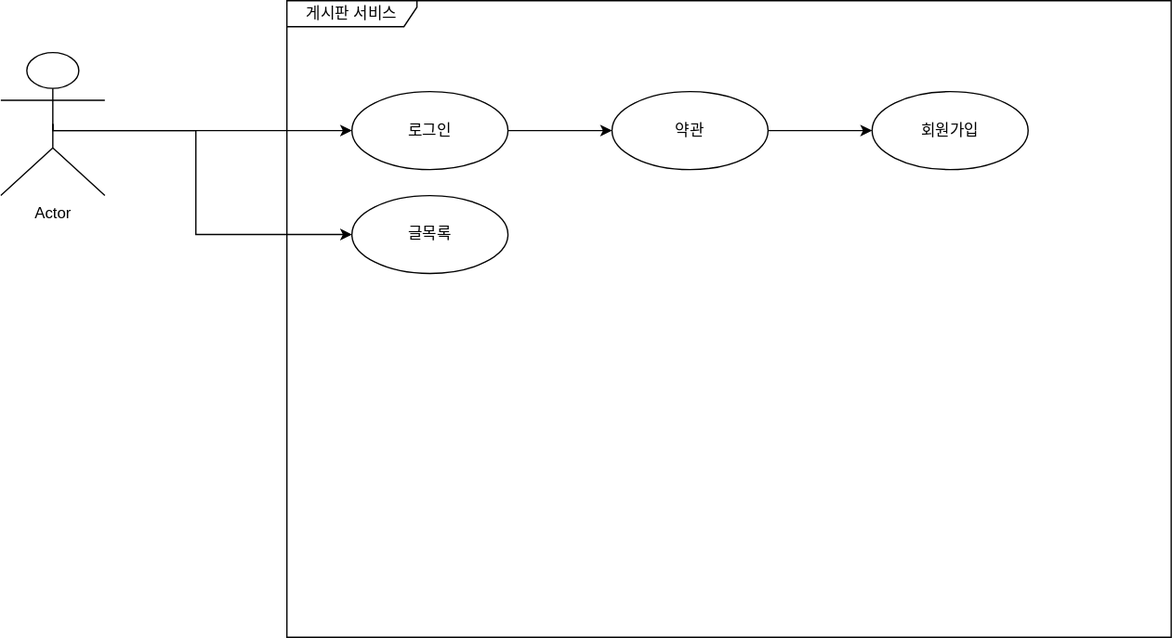
Above: JBoard1/게시판 서비스.drawio.svg in SBUX1992/JSP (draw.io), before the change. Source tidied: cells renumbered, new cells last; positions are measured from the earlier drawing's top-left corner, leaving out a move shared by most shapes.
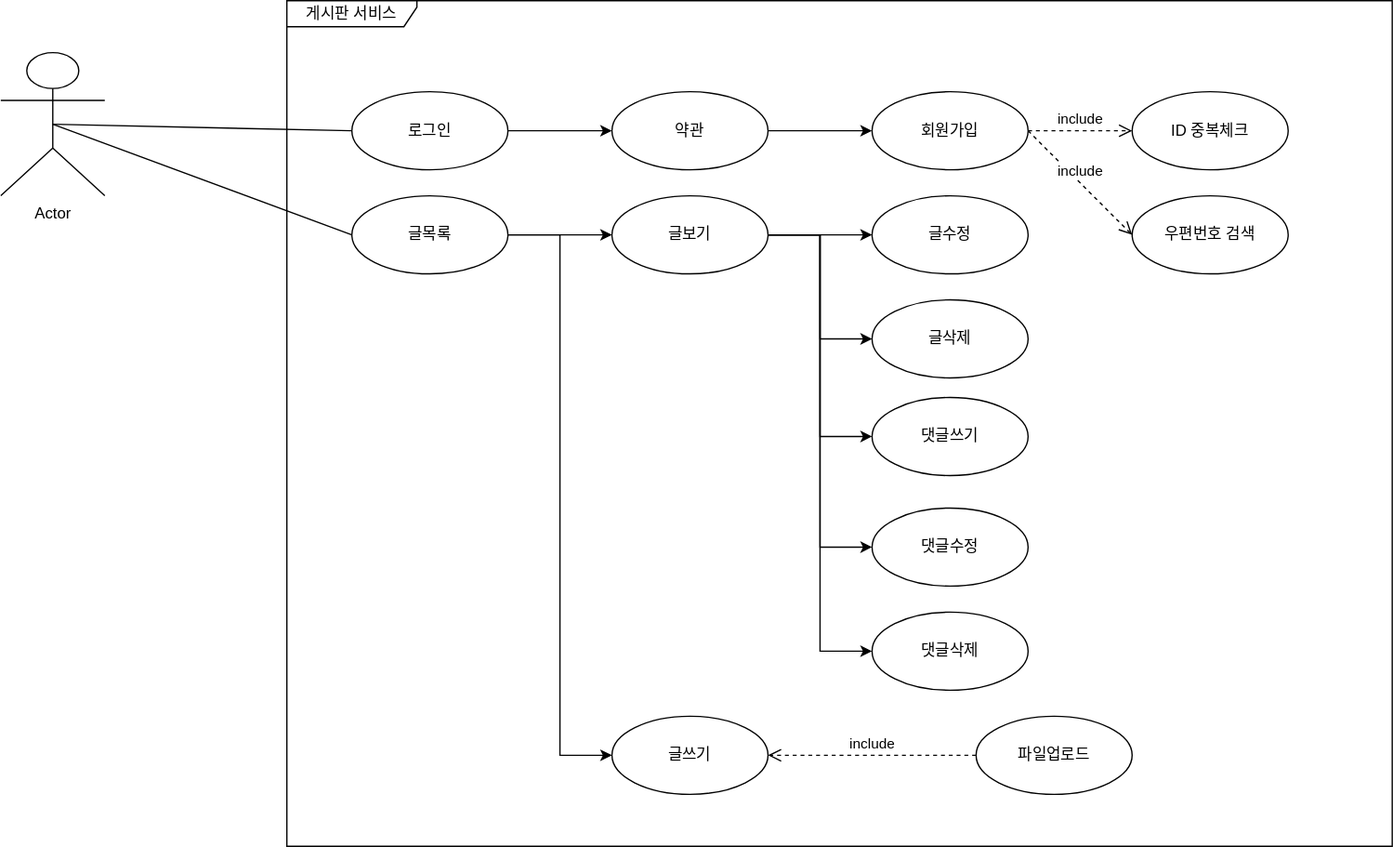
Later version of the same file.

Commit message:
게시판 서비스.drawio.svg 업데이트

Change to the diagram source:
```diff
@@ -2,28 +2,11 @@
   <root>
     <mxCell id="0" />
     <mxCell id="1" parent="0" />
-    <mxCell id="2" style="edgeStyle=orthogonalEdgeStyle;rounded=0;jettySize=auto;html=1;exitX=0.5;exitY=0.5;exitDx=0;exitDy=0;exitPerimeter=0;entryX=0;entryY=0.5;entryDx=0;entryDy=0;" parent="1" edge="1" source="4" target="7">
-      <mxGeometry relative="1" as="geometry">
-        <Array as="points">
-          <mxPoint x="230" y="100" />
-          <mxPoint x="230" y="100" />
-        </Array>
-      </mxGeometry>
-    </mxCell>
-    <mxCell id="3" style="edgeStyle=orthogonalEdgeStyle;rounded=0;jettySize=auto;html=1;exitX=0.5;exitY=0.5;exitDx=0;exitDy=0;exitPerimeter=0;entryX=0;entryY=0.5;entryDx=0;entryDy=0;" parent="1" edge="1" source="4" target="8">
-      <mxGeometry relative="1" as="geometry">
-        <Array as="points">
-          <mxPoint x="40" y="100" />
-          <mxPoint x="150" y="100" />
-          <mxPoint x="150" y="180" />
-        </Array>
-      </mxGeometry>
-    </mxCell>
     <mxCell id="4" value="Actor" style="shape=umlActor;verticalLabelPosition=bottom;verticalAlign=top;html=1;outlineConnect=0;" parent="1" vertex="1">
       <mxGeometry y="40" width="80" height="110" as="geometry" />
     </mxCell>
     <mxCell id="5" value="게시판 서비스&lt;br&gt;" style="shape=umlFrame;whiteSpace=wrap;html=1;width=100;height=20;" parent="1" vertex="1">
-      <mxGeometry x="220" width="680" height="490" as="geometry" />
+      <mxGeometry x="220" width="850" height="650" as="geometry" />
     </mxCell>
     <mxCell id="6" style="edgeStyle=orthogonalEdgeStyle;rounded=0;jettySize=auto;html=1;exitX=1;exitY=0.5;exitDx=0;exitDy=0;entryX=0;entryY=0.5;entryDx=0;entryDy=0;" parent="1" edge="1" source="7" target="10">
       <mxGeometry relative="1" as="geometry" />
@@ -31,6 +14,9 @@
     <mxCell id="7" value="로그인" style="ellipse;whiteSpace=wrap;html=1;" parent="1" vertex="1">
       <mxGeometry x="270" y="70" width="120" height="60" as="geometry" />
     </mxCell>
+    <mxCell id="12" style="edgeStyle=orthogonalEdgeStyle;rounded=0;jettySize=auto;html=1;exitX=1;exitY=0.5;exitDx=0;exitDy=0;entryX=0;entryY=0.5;entryDx=0;entryDy=0;" parent="1" edge="1" source="8" target="26">
+      <mxGeometry relative="1" as="geometry" />
+    </mxCell>
     <mxCell id="8" value="글목록" style="ellipse;whiteSpace=wrap;html=1;" parent="1" vertex="1">
       <mxGeometry x="270" y="150" width="120" height="60" as="geometry" />
     </mxCell>
@@ -43,5 +29,68 @@
     <mxCell id="11" value="회원가입" style="ellipse;whiteSpace=wrap;html=1;" parent="1" vertex="1">
       <mxGeometry x="670" y="70" width="120" height="60" as="geometry" />
     </mxCell>
+    <mxCell id="13" value="ID 중복체크" style="ellipse;whiteSpace=wrap;html=1;" parent="1" vertex="1">
+      <mxGeometry x="870" y="70" width="120" height="60" as="geometry" />
+    </mxCell>
+    <mxCell id="3" style="endArrow=none;html=1;rounded=0;exitX=0.5;exitY=0.5;exitDx=0;exitDy=0;exitPerimeter=0;entryX=0;entryY=0.5;entryDx=0;entryDy=0;" parent="1" edge="1" source="4" target="8">
+      <mxGeometry relative="1" as="geometry" />
+    </mxCell>
+    <mxCell id="2" style="endArrow=none;html=1;rounded=0;exitX=0.5;exitY=0.5;exitDx=0;exitDy=0;exitPerimeter=0;entryX=0;entryY=0.5;entryDx=0;entryDy=0;" parent="1" edge="1" source="4" target="7">
+      <mxGeometry relative="1" as="geometry" />
+    </mxCell>
+    <mxCell id="14" value="우편번호 검색" style="ellipse;whiteSpace=wrap;html=1;" parent="1" vertex="1">
+      <mxGeometry x="870" y="150" width="120" height="60" as="geometry" />
+    </mxCell>
+    <mxCell id="15" style="edgeStyle=orthogonalEdgeStyle;rounded=0;jettySize=auto;html=1;exitX=1;exitY=0.5;exitDx=0;exitDy=0;entryX=0;entryY=0.5;entryDx=0;entryDy=0;" parent="1" edge="1" source="19" target="21">
+      <mxGeometry relative="1" as="geometry" />
+    </mxCell>
+    <mxCell id="16" style="edgeStyle=orthogonalEdgeStyle;rounded=0;jettySize=auto;html=1;exitX=1;exitY=0.5;exitDx=0;exitDy=0;entryX=0;entryY=0.5;entryDx=0;entryDy=0;" parent="1" edge="1" source="19" target="22">
+      <mxGeometry relative="1" as="geometry" />
+    </mxCell>
+    <mxCell id="17" style="edgeStyle=orthogonalEdgeStyle;rounded=0;jettySize=auto;html=1;exitX=1;exitY=0.5;exitDx=0;exitDy=0;entryX=0;entryY=0.5;entryDx=0;entryDy=0;" parent="1" edge="1" source="19" target="23">
+      <mxGeometry relative="1" as="geometry" />
+    </mxCell>
+    <mxCell id="18" style="edgeStyle=orthogonalEdgeStyle;rounded=0;jettySize=auto;html=1;exitX=1;exitY=0.5;exitDx=0;exitDy=0;entryX=0;entryY=0.5;entryDx=0;entryDy=0;" parent="1" edge="1" source="19" target="24">
+      <mxGeometry relative="1" as="geometry" />
+    </mxCell>
+    <mxCell id="19" value="글보기" style="ellipse;whiteSpace=wrap;html=1;" parent="1" vertex="1">
+      <mxGeometry x="470" y="150" width="120" height="60" as="geometry" />
+    </mxCell>
+    <mxCell id="20" value="글수정" style="ellipse;whiteSpace=wrap;html=1;" parent="1" vertex="1">
+      <mxGeometry x="670" y="150" width="120" height="60" as="geometry" />
+    </mxCell>
+    <mxCell id="21" value="글삭제" style="ellipse;whiteSpace=wrap;html=1;" parent="1" vertex="1">
+      <mxGeometry x="670" y="230" width="120" height="60" as="geometry" />
+    </mxCell>
+    <mxCell id="22" value="댓글쓰기" style="ellipse;whiteSpace=wrap;html=1;" parent="1" vertex="1">
+      <mxGeometry x="670" y="305" width="120" height="60" as="geometry" />
+    </mxCell>
+    <mxCell id="23" value="댓글수정" style="ellipse;whiteSpace=wrap;html=1;" parent="1" vertex="1">
+      <mxGeometry x="670" y="390" width="120" height="60" as="geometry" />
+    </mxCell>
+    <mxCell id="24" value="댓글삭제" style="ellipse;whiteSpace=wrap;html=1;" parent="1" vertex="1">
+      <mxGeometry x="670" y="470" width="120" height="60" as="geometry" />
+    </mxCell>
+    <mxCell id="25" value="파일업로드" style="ellipse;whiteSpace=wrap;html=1;" parent="1" vertex="1">
+      <mxGeometry x="750" y="550" width="120" height="60" as="geometry" />
+    </mxCell>
+    <mxCell id="26" value="글쓰기" style="ellipse;whiteSpace=wrap;html=1;" parent="1" vertex="1">
+      <mxGeometry x="470" y="550" width="120" height="60" as="geometry" />
+    </mxCell>
+    <mxCell id="27" style="endArrow=classic;html=1;rounded=0;exitX=1;exitY=0.5;exitDx=0;exitDy=0;entryX=0;entryY=0.5;entryDx=0;entryDy=0;" parent="1" edge="1" source="8" target="19">
+      <mxGeometry relative="1" as="geometry" />
+    </mxCell>
+    <mxCell id="28" style="endArrow=classic;html=1;rounded=0;exitX=1;exitY=0.5;exitDx=0;exitDy=0;entryX=0;entryY=0.5;entryDx=0;entryDy=0;" parent="1" edge="1" source="19" target="20">
+      <mxGeometry relative="1" as="geometry" />
+    </mxCell>
+    <mxCell id="29" value="include" style="html=1;verticalAlign=bottom;endArrow=open;dashed=1;endSize=8;rounded=0;entryX=0;entryY=0.5;entryDx=0;entryDy=0;exitX=1;exitY=0.5;exitDx=0;exitDy=0;" parent="1" edge="1" source="11" target="14">
+      <mxGeometry relative="1" as="geometry" />
+    </mxCell>
+    <mxCell id="30" value="include" style="html=1;verticalAlign=bottom;endArrow=open;dashed=1;endSize=8;rounded=0;entryX=0;entryY=0.5;entryDx=0;entryDy=0;exitX=1;exitY=0.5;exitDx=0;exitDy=0;" parent="1" edge="1" source="11" target="13">
+      <mxGeometry relative="1" as="geometry" />
+    </mxCell>
+    <mxCell id="31" value="include" style="html=1;verticalAlign=bottom;endArrow=open;dashed=1;endSize=8;rounded=0;entryX=1;entryY=0.5;entryDx=0;entryDy=0;exitX=0;exitY=0.5;exitDx=0;exitDy=0;" parent="1" edge="1" source="25" target="26">
+      <mxGeometry relative="1" as="geometry" />
+    </mxCell>
   </root>
 </mxGraphModel>
```
